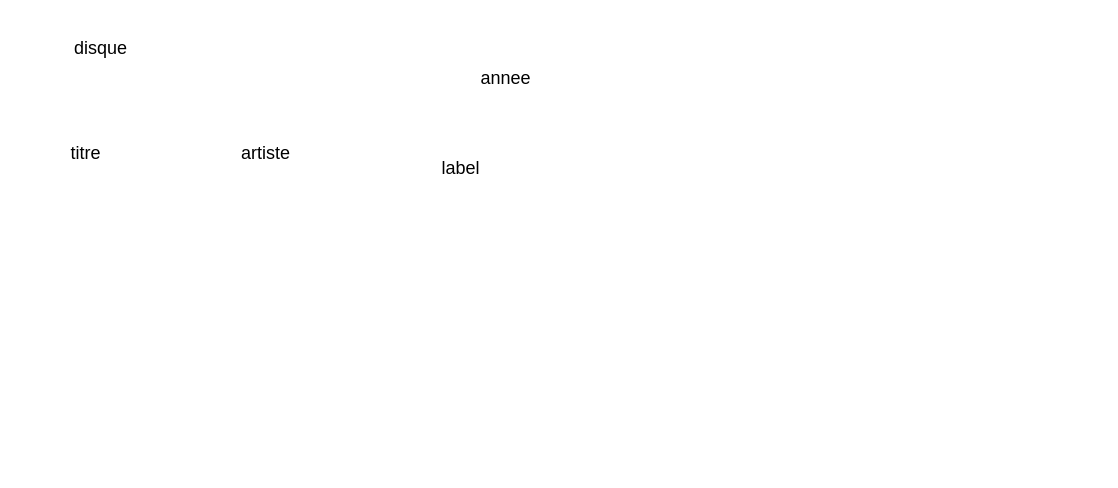
Jojogit68/isoflat.github.io keeps this draw.io diagram as Fan de rock.drawio. Above is the earlier version. Source tidied: cells renumbered, new cells numbered last; positions are measured from the earlier drawing's top-left corner, leaving out a move shared by most shapes. Both pictures are drawn from the tidied source at 150%, with x=0, y=0 at pixel (40, 26).
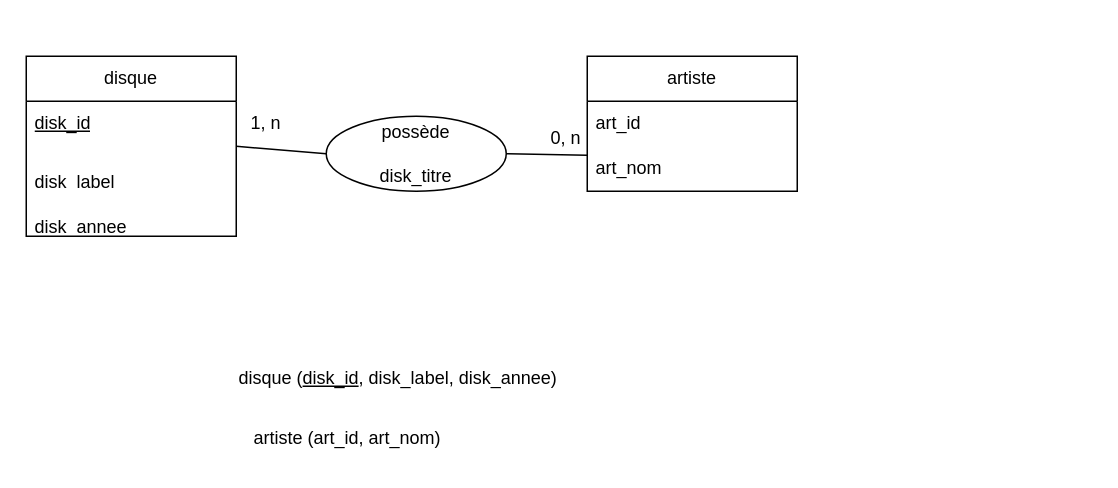
After the change.

Commit message (it also covers changes not shown here):
Mettre à jour Fan de rock.drawio

Change to the diagram source:
```diff
@@
 <mxGraphModel>
   <root>
     <mxCell id="0" />
     <mxCell id="1" parent="0" />
+    <mxCell id="7" style="rounded=0;jettySize=auto;html=1;exitX=1;exitY=0.5;exitDx=0;exitDy=0;entryX=0;entryY=0.5;entryDx=0;entryDy=0;endArrow=none;endFill=0;" parent="1" edge="1" source="2" target="15">
+      <mxGeometry relative="1" as="geometry" />
+    </mxCell>
-    <mxCell id="2" value="disque" style="text;strokeColor=none;align=center;fillColor=none;html=1;verticalAlign=middle;whiteSpace=wrap;rounded=0;" parent="1" vertex="1">
-      <mxGeometry x="10" width="60" height="30" as="geometry" />
+    <mxCell id="2" value="disque" style="swimlane;fontStyle=0;horizontal=1;startSize=30;whiteSpace=wrap;html=1;" parent="1" vertex="1">
+      <mxGeometry x="-10" y="20" width="140" height="120" as="geometry" />
     </mxCell>
-    <mxCell id="3" value="titre" style="text;strokeColor=none;align=center;fillColor=none;html=1;verticalAlign=middle;whiteSpace=wrap;rounded=0;" parent="1" vertex="1">
-      <mxGeometry y="70" width="60" height="30" as="geometry" />
-    </mxCell>
+    <mxCell id="8" value="&lt;u&gt;disk_id&lt;/u&gt;" style="text;strokeColor=none;fillColor=none;align=left;verticalAlign=middle;spacingLeft=4;spacingRight=4;overflow=hidden;whiteSpace=wrap;html=1;" parent="2" vertex="1">
+      <mxGeometry y="30" width="140" height="30" as="geometry" />
+    </mxCell>
+    <mxCell id="9" value="&#10;disk_label&#10;&#10;" style="text;strokeColor=none;fillColor=none;align=left;verticalAlign=middle;spacingLeft=4;spacingRight=4;overflow=hidden;whiteSpace=wrap;html=1;" parent="2" vertex="1">
+      <mxGeometry y="60" width="140" height="30" as="geometry" />
+    </mxCell>
+    <mxCell id="10" value="&#10;disk_annee&#10;&#10;" style="text;strokeColor=none;fillColor=none;align=left;verticalAlign=middle;spacingLeft=4;spacingRight=4;overflow=hidden;whiteSpace=wrap;html=1;" parent="2" vertex="1">
+      <mxGeometry y="90" width="140" height="30" as="geometry" />
+    </mxCell>
+    <mxCell id="11" value="&lt;div&gt;disque (&lt;u&gt;disk_id&lt;/u&gt;, disk_label, disk_annee)&lt;/div&gt;" style="text;strokeColor=none;align=left;fillColor=none;html=1;verticalAlign=middle;whiteSpace=wrap;rounded=0;" parent="1" vertex="1">
+      <mxGeometry x="130" y="220" width="570" height="30" as="geometry" />
+    </mxCell>
-    <mxCell id="4" value="artiste" style="text;strokeColor=none;align=center;fillColor=none;html=1;verticalAlign=middle;whiteSpace=wrap;rounded=0;" parent="1" vertex="1">
-      <mxGeometry x="120" y="70" width="60" height="30" as="geometry" />
+    <mxCell id="4" value="artiste" style="swimlane;fontStyle=0;horizontal=1;startSize=30;whiteSpace=wrap;html=1;" parent="1" vertex="1">
+      <mxGeometry x="364" y="20" width="140" height="90" as="geometry" />
     </mxCell>
-    <mxCell id="5" value="label" style="text;strokeColor=none;align=center;fillColor=none;html=1;verticalAlign=middle;whiteSpace=wrap;rounded=0;" parent="1" vertex="1">
-      <mxGeometry x="250" y="80" width="60" height="30" as="geometry" />
-    </mxCell>
-    <mxCell id="6" value="annee" style="text;strokeColor=none;align=center;fillColor=none;html=1;verticalAlign=middle;whiteSpace=wrap;rounded=0;" parent="1" vertex="1">
-      <mxGeometry x="280" y="20" width="60" height="30" as="geometry" />
-    </mxCell>
+    <mxCell id="12" value="art_id" style="text;strokeColor=none;fillColor=none;align=left;verticalAlign=middle;spacingLeft=4;spacingRight=4;overflow=hidden;whiteSpace=wrap;html=1;" parent="4" vertex="1">
+      <mxGeometry y="30" width="140" height="30" as="geometry" />
+    </mxCell>
+    <mxCell id="13" value="art_nom" style="text;strokeColor=none;fillColor=none;align=left;verticalAlign=middle;spacingLeft=4;spacingRight=4;overflow=hidden;points=[[0,0.5],[1,0.5]];portConstraint=eastwest;whiteSpace=wrap;html=1;" parent="4" vertex="1">
+      <mxGeometry y="60" width="140" height="30" as="geometry" />
+    </mxCell>
+    <mxCell id="14" style="edgeStyle=none;rounded=0;jettySize=auto;html=1;exitX=1;exitY=0.5;exitDx=0;exitDy=0;entryX=0;entryY=0.2;entryDx=0;entryDy=0;entryPerimeter=0;endArrow=none;endFill=0;" parent="1" edge="1" source="15" target="13">
+      <mxGeometry relative="1" as="geometry" />
+    </mxCell>
+    <mxCell id="15" value="&lt;div&gt;possède&lt;/div&gt;&lt;div&gt;&lt;br&gt;&lt;/div&gt;&lt;div&gt;disk_titre&lt;/div&gt;" style="ellipse;whiteSpace=wrap;html=1;" parent="1" vertex="1">
+      <mxGeometry x="190" y="60" width="120" height="50" as="geometry" />
+    </mxCell>
+    <mxCell id="16" value="0, n" style="text;strokeColor=none;align=center;fillColor=none;html=1;verticalAlign=middle;whiteSpace=wrap;rounded=0;" parent="1" vertex="1">
+      <mxGeometry x="320" y="60" width="60" height="30" as="geometry" />
+    </mxCell>
+    <mxCell id="17" value="1, n" style="text;strokeColor=none;align=center;fillColor=none;html=1;verticalAlign=middle;whiteSpace=wrap;rounded=0;" parent="1" vertex="1">
+      <mxGeometry x="120" y="50" width="60" height="30" as="geometry" />
+    </mxCell>
+    <mxCell id="18" value="artiste (art_id, art_nom)" style="text;strokeColor=none;align=left;fillColor=none;html=1;verticalAlign=middle;whiteSpace=wrap;rounded=0;" parent="1" vertex="1">
+      <mxGeometry x="140" y="260" width="220" height="30" as="geometry" />
+    </mxCell>
   </root>
 </mxGraphModel>
```
